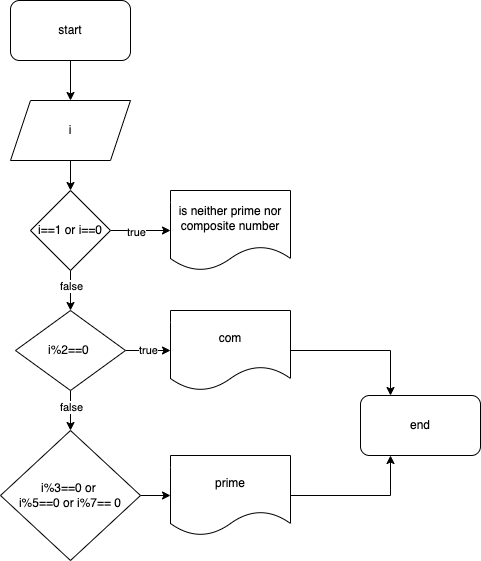
This is prime_or_composite_number.png from yusifny/task-25.02.22, a draw.io export, as it was before one commit. Source tidied: cells renumbered, new cells last; positions are measured from the earlier drawing's top-left corner, leaving out a move shared by most shapes. Its diagram source:
```xml
<mxGraphModel>
  <root>
    <mxCell id="0" />
    <mxCell id="1" parent="0" />
    <mxCell id="2" style="edgeStyle=orthogonalEdgeStyle;rounded=0;jettySize=auto;html=1;" parent="1" edge="1" source="3" target="5">
      <mxGeometry relative="1" as="geometry" />
    </mxCell>
    <mxCell id="3" value="start" style="rounded=1;whiteSpace=wrap;html=1;" parent="1" vertex="1">
      <mxGeometry x="10" width="120" height="60" as="geometry" />
    </mxCell>
    <mxCell id="4" style="edgeStyle=orthogonalEdgeStyle;rounded=0;jettySize=auto;html=1;" parent="1" edge="1" source="5" target="10">
      <mxGeometry relative="1" as="geometry" />
    </mxCell>
    <mxCell id="5" value="i" style="shape=parallelogram;perimeter=parallelogramPerimeter;whiteSpace=wrap;html=1;fixedSize=1;" parent="1" vertex="1">
      <mxGeometry x="10" y="100" width="120" height="60" as="geometry" />
    </mxCell>
    <mxCell id="6" style="edgeStyle=orthogonalEdgeStyle;rounded=0;jettySize=auto;html=1;" parent="1" edge="1" source="10" target="11">
      <mxGeometry relative="1" as="geometry" />
    </mxCell>
    <mxCell id="7" value="true" style="edgeLabel;html=1;align=center;verticalAlign=middle;" parent="6" vertex="1">
      <mxGeometry x="-0.18" y="-1" relative="1" as="geometry" />
    </mxCell>
    <mxCell id="8" style="edgeStyle=orthogonalEdgeStyle;rounded=0;jettySize=auto;html=1;" parent="1" edge="1" source="10">
      <mxGeometry relative="1" as="geometry">
        <mxPoint x="70" y="310" as="targetPoint" />
      </mxGeometry>
    </mxCell>
    <mxCell id="9" value="false" style="edgeLabel;html=1;align=center;verticalAlign=middle;" parent="8" vertex="1">
      <mxGeometry x="-0.26" relative="1" as="geometry" />
    </mxCell>
    <mxCell id="10" value="i==1 or i==0" style="rhombus;whiteSpace=wrap;html=1;" parent="1" vertex="1">
      <mxGeometry x="30" y="190" width="80" height="80" as="geometry" />
    </mxCell>
    <mxCell id="11" value="is neither prime nor composite number" style="shape=document;whiteSpace=wrap;html=1;boundedLbl=1;" parent="1" vertex="1">
      <mxGeometry x="170" y="190" width="120" height="80" as="geometry" />
    </mxCell>
    <mxCell id="12" style="edgeStyle=orthogonalEdgeStyle;rounded=0;jettySize=auto;html=1;" parent="1" edge="1" source="15">
      <mxGeometry relative="1" as="geometry">
        <mxPoint x="70" y="430" as="targetPoint" />
      </mxGeometry>
    </mxCell>
    <mxCell id="13" value="false" style="edgeLabel;html=1;align=center;verticalAlign=middle;" parent="12" vertex="1">
      <mxGeometry x="-0.17" relative="1" as="geometry" />
    </mxCell>
    <mxCell id="14" value="true" style="edgeStyle=orthogonalEdgeStyle;rounded=0;jettySize=auto;html=1;" parent="1" edge="1" source="15" target="17">
      <mxGeometry relative="1" as="geometry" />
    </mxCell>
    <mxCell id="15" value="i%2==0&amp;nbsp;" style="rhombus;whiteSpace=wrap;html=1;" parent="1" vertex="1">
      <mxGeometry x="15" y="310" width="110" height="80" as="geometry" />
    </mxCell>
    <mxCell id="16" style="edgeStyle=orthogonalEdgeStyle;rounded=0;jettySize=auto;html=1;entryX=0.25;entryY=0;entryDx=0;entryDy=0;" parent="1" edge="1" source="17" target="22">
      <mxGeometry relative="1" as="geometry" />
    </mxCell>
    <mxCell id="17" value="com" style="shape=document;whiteSpace=wrap;html=1;boundedLbl=1;" parent="1" vertex="1">
      <mxGeometry x="170" y="310" width="120" height="80" as="geometry" />
    </mxCell>
    <mxCell id="18" style="edgeStyle=orthogonalEdgeStyle;rounded=0;jettySize=auto;html=1;" parent="1" edge="1" source="19" target="21">
      <mxGeometry relative="1" as="geometry" />
    </mxCell>
    <mxCell id="19" value="i%3==0 or &lt;br&gt;i%5==0 or i%7== 0" style="rhombus;whiteSpace=wrap;html=1;" parent="1" vertex="1">
      <mxGeometry y="430" width="140" height="130" as="geometry" />
    </mxCell>
    <mxCell id="20" style="edgeStyle=orthogonalEdgeStyle;rounded=0;jettySize=auto;html=1;entryX=0.25;entryY=1;entryDx=0;entryDy=0;" parent="1" edge="1" source="21" target="22">
      <mxGeometry relative="1" as="geometry" />
    </mxCell>
    <mxCell id="21" value="prime" style="shape=document;whiteSpace=wrap;html=1;boundedLbl=1;" parent="1" vertex="1">
      <mxGeometry x="170" y="455" width="120" height="80" as="geometry" />
    </mxCell>
    <mxCell id="22" value="end" style="rounded=1;whiteSpace=wrap;html=1;" parent="1" vertex="1">
      <mxGeometry x="360" y="395" width="120" height="60" as="geometry" />
    </mxCell>
  </root>
</mxGraphModel>
```
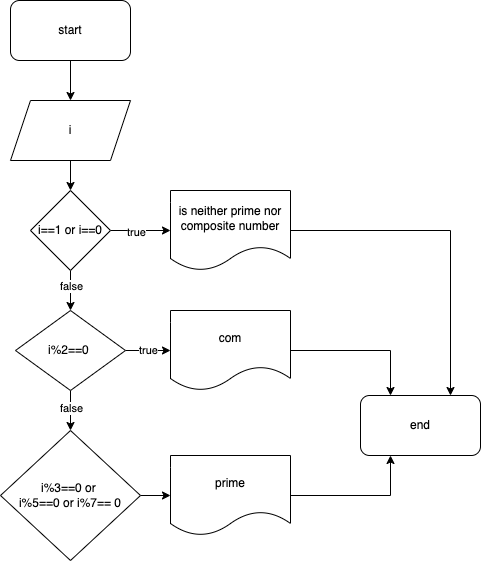
After the commit.

The edit, as a diff of the source:
```diff
@@ -31,6 +31,9 @@
     <mxCell id="10" value="i==1 or i==0" style="rhombus;whiteSpace=wrap;html=1;" parent="1" vertex="1">
       <mxGeometry x="30" y="190" width="80" height="80" as="geometry" />
     </mxCell>
+    <mxCell id="23" style="edgeStyle=orthogonalEdgeStyle;rounded=0;jettySize=auto;html=1;entryX=0.75;entryY=0;entryDx=0;entryDy=0;" parent="1" edge="1" source="11" target="22">
+      <mxGeometry relative="1" as="geometry" />
+    </mxCell>
     <mxCell id="11" value="is neither prime nor composite number" style="shape=document;whiteSpace=wrap;html=1;boundedLbl=1;" parent="1" vertex="1">
       <mxGeometry x="170" y="190" width="120" height="80" as="geometry" />
     </mxCell>
```
